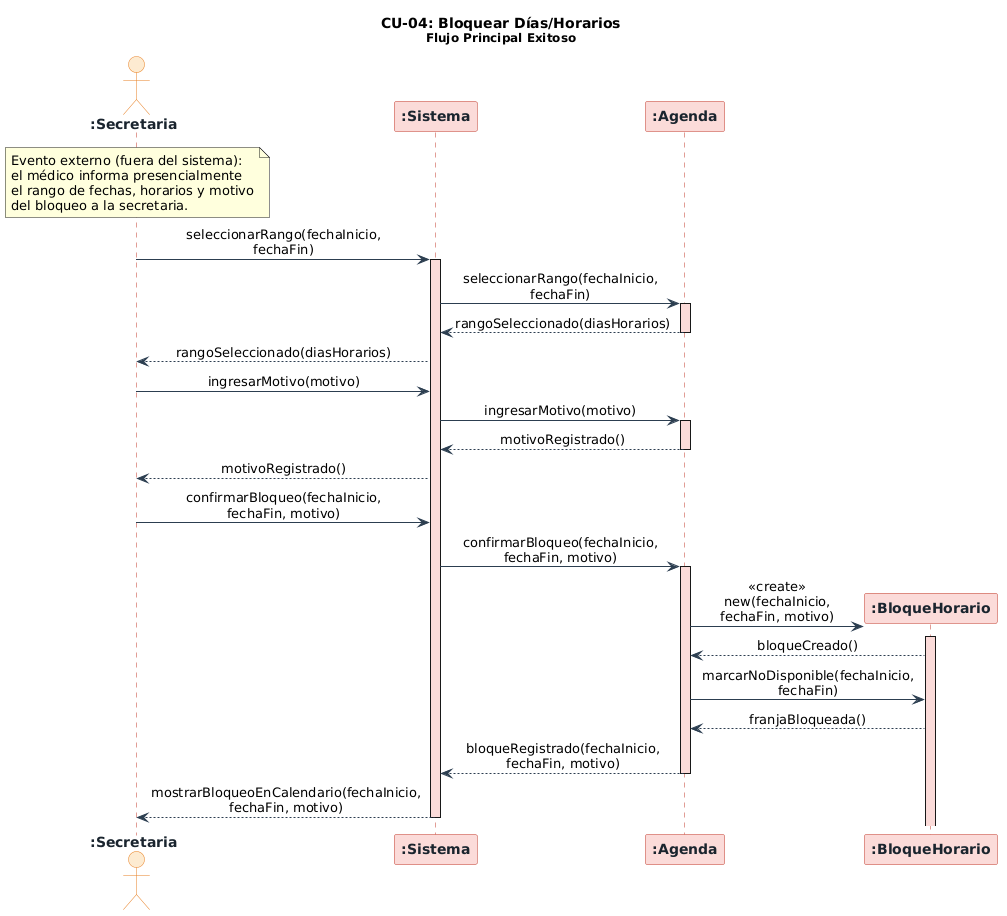
Earlier version of the PlantUML export diagramas/05-diagramas-secuencia/05-cu04-bloquear-horarios.png (angelgc9107-lgtm/SistemaTurnosMedicos_GP6). The source it was exported from:
```plantuml
@startuml
skinparam sequenceMessageAlign center
skinparam responseMessageBelowArrow true
skinparam maxMessageSize 160
skinparam sequence {
    ArrowColor          #2C3E50
    LifeLineBorderColor #C0392B
    LifeLineBackgroundColor #FADBD8
    BoxBackgroundColor  #FDFEFE
    BoxBorderColor      #2C3E50
}
skinparam participant {
    BackgroundColor #FADBD8
    BorderColor     #C0392B
    FontColor       #1A252F
    FontStyle       bold
}
skinparam actor {
    BackgroundColor #FDEBD0
    BorderColor     #E67E22
    FontColor       #1A252F
    FontStyle       bold
}

title **CU-04: Bloquear Días/Horarios**\n<size:12>Flujo Principal Exitoso</size>

actor       ":Secretaria"           as secretaria
participant ":Sistema"              as sistema
participant ":Agenda"               as agenda
participant ":BloqueHorario"        as bloqueHorario

note over secretaria
  Evento externo (fuera del sistema):
  el médico informa presencialmente
  el rango de fechas, horarios y motivo
  del bloqueo a la secretaria.
end note

secretaria  ->  sistema             : seleccionarRango(fechaInicio, fechaFin)
activate sistema
sistema     ->  agenda              : seleccionarRango(fechaInicio, fechaFin)
activate agenda
agenda      -->  sistema            : rangoSeleccionado(diasHorarios)
deactivate agenda
sistema     -->  secretaria         : rangoSeleccionado(diasHorarios)

secretaria  ->  sistema             : ingresarMotivo(motivo)
sistema     ->  agenda              : ingresarMotivo(motivo)
activate agenda
agenda      -->  sistema            : motivoRegistrado()
deactivate agenda
sistema     -->  secretaria         : motivoRegistrado()

secretaria  ->  sistema             : confirmarBloqueo(fechaInicio, fechaFin, motivo)
sistema     ->  agenda              : confirmarBloqueo(fechaInicio, fechaFin, motivo)
activate agenda

create bloqueHorario
agenda      ->  bloqueHorario       : <<create>>\nnew(fechaInicio, fechaFin, motivo)
activate bloqueHorario
bloqueHorario -->  agenda           : bloqueCreado()

agenda      ->  bloqueHorario       : marcarNoDisponible(fechaInicio, fechaFin)
bloqueHorario -->  agenda           : franjaBloqueada()

agenda      -->  sistema            : bloqueRegistrado(fechaInicio, fechaFin, motivo)
deactivate agenda
sistema     -->  secretaria         : mostrarBloqueoEnCalendario(fechaInicio, fechaFin, motivo)
deactivate sistema
@enduml
```
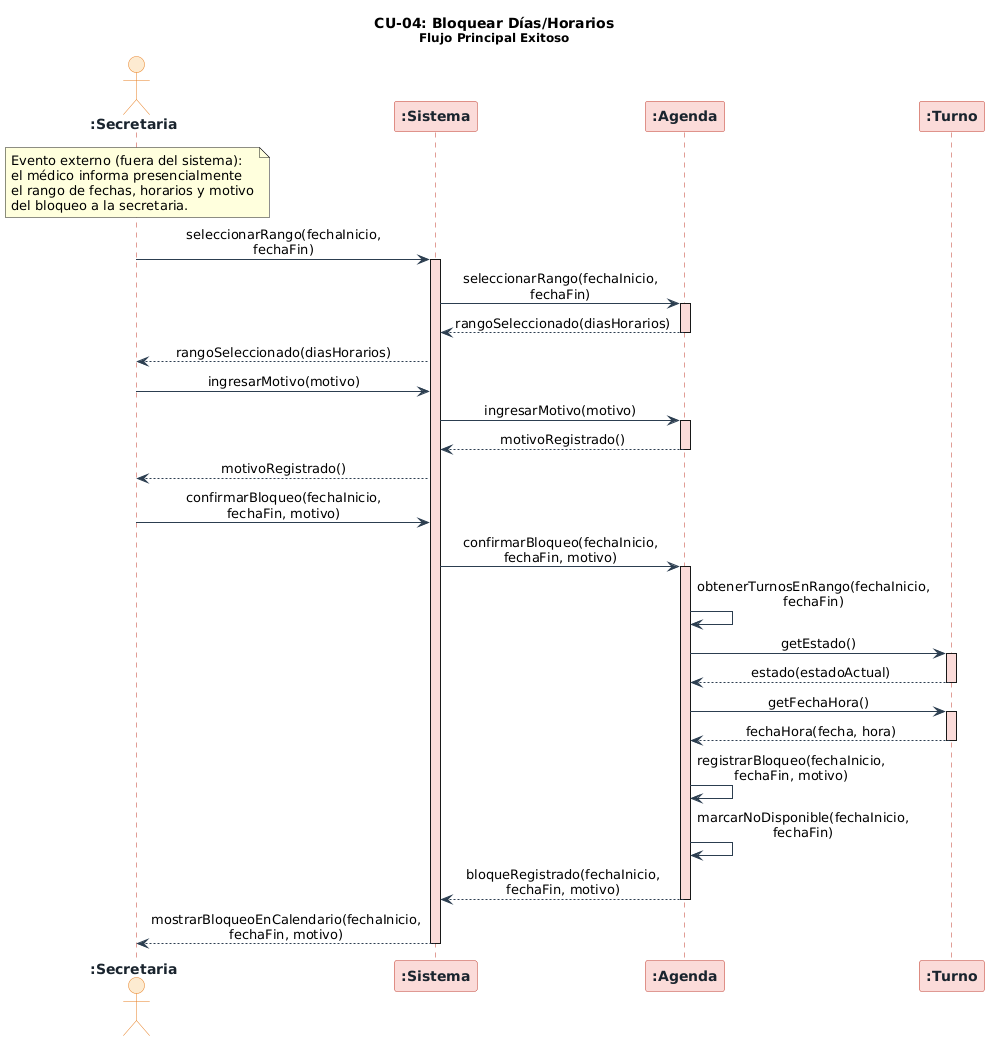
After the change.

What changed in the source:
```diff
@@ -27,7 +27,7 @@
 actor       ":Secretaria"           as secretaria
 participant ":Sistema"              as sistema
 participant ":Agenda"               as agenda
-participant ":BloqueHorario"        as bloqueHorario
+participant ":Turno"                as turno
 
 note over secretaria
   Evento externo (fuera del sistema):
@@ -55,13 +55,17 @@
 sistema     ->  agenda              : confirmarBloqueo(fechaInicio, fechaFin, motivo)
 activate agenda
 
-create bloqueHorario
-agenda      ->  bloqueHorario       : <<create>>\nnew(fechaInicio, fechaFin, motivo)
-activate bloqueHorario
-bloqueHorario -->  agenda           : bloqueCreado()
-
-agenda      ->  bloqueHorario       : marcarNoDisponible(fechaInicio, fechaFin)
-bloqueHorario -->  agenda           : franjaBloqueada()
+agenda      ->  agenda              : obtenerTurnosEnRango(fechaInicio, fechaFin)
+agenda      ->  turno               : getEstado()
+activate turno
+turno       -->  agenda             : estado(estadoActual)
+deactivate turno
+agenda      ->  turno               : getFechaHora()
+activate turno
+turno       -->  agenda             : fechaHora(fecha, hora)
+deactivate turno
+agenda      ->  agenda              : registrarBloqueo(fechaInicio, fechaFin, motivo)
+agenda      ->  agenda              : marcarNoDisponible(fechaInicio, fechaFin)
 
 agenda      -->  sistema            : bloqueRegistrado(fechaInicio, fechaFin, motivo)
 deactivate agenda
```
